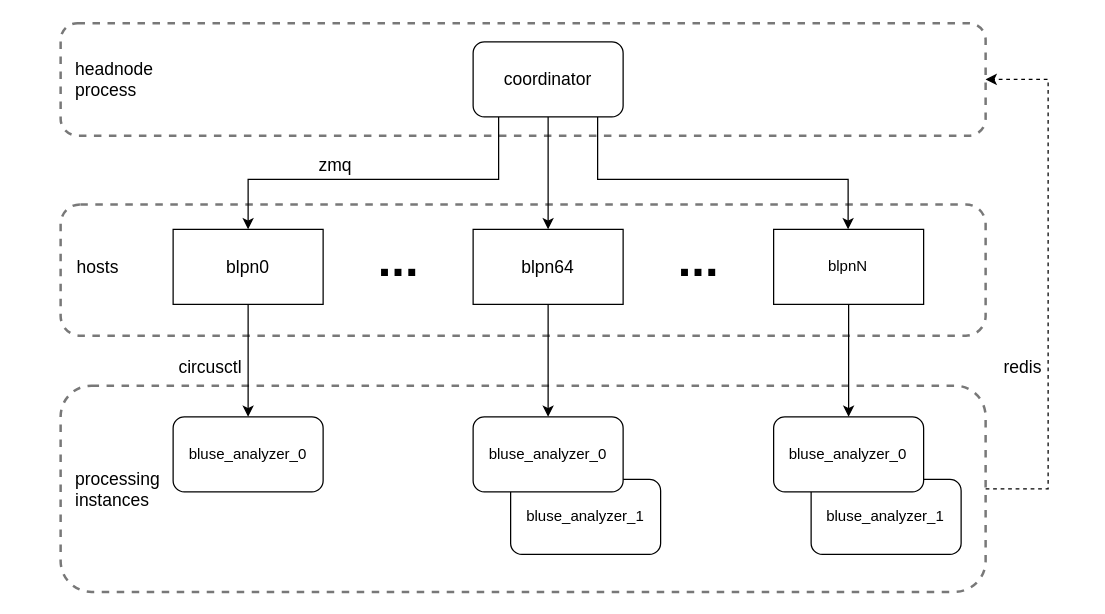
The draw.io diagram docs/coordinator.drawio in UCBerkeleySETI/commensal-automator, before the edit. Source tidied: cells renumbered, new cells numbered last; positions are measured from the earlier drawing's top-left corner, leaving out a move shared by most shapes. Both pictures are drawn from the tidied source at 125%, with x=0, y=0 at pixel (60, 22).
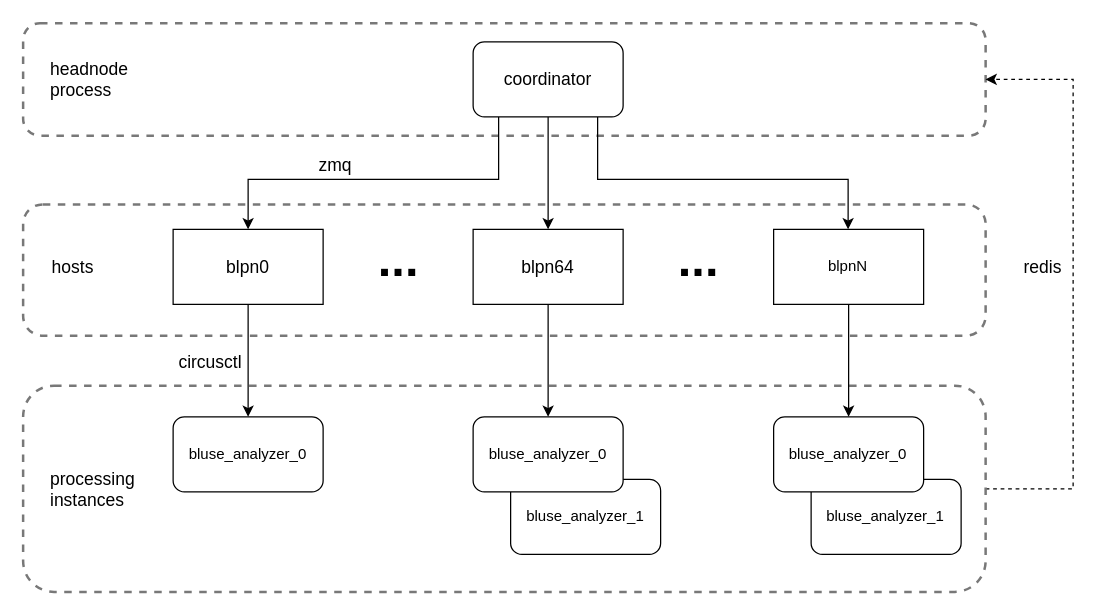
The same diagram, later.

Change to the diagram source:
```diff
@@
-<mxGraphModel background="#FFFFFF">
+<mxGraphModel>
@@
     <mxCell id="2" style="rounded=1;whiteSpace=wrap;html=1;fillColor=none;strokeWidth=2;strokeColor=#787878;dashed=1;" parent="1" vertex="1">
-      <mxGeometry width="740" height="90" as="geometry" />
+      <mxGeometry x="-30" width="770" height="90" as="geometry" />
     </mxCell>
     <mxCell id="3" style="edgeStyle=orthogonalEdgeStyle;rounded=0;jettySize=auto;html=1;exitX=1;exitY=0.5;exitDx=0;exitDy=0;entryX=1;entryY=0.5;entryDx=0;entryDy=0;dashed=1;" parent="1" edge="1" source="4" target="2">
       <mxGeometry relative="1" as="geometry">
         <Array as="points">
-          <mxPoint x="790" y="373" />
-          <mxPoint x="790" y="45" />
+          <mxPoint x="810" y="373" />
+          <mxPoint x="810" y="45" />
         </Array>
       </mxGeometry>
     </mxCell>
     <mxCell id="4" style="rounded=1;whiteSpace=wrap;html=1;fillColor=none;strokeWidth=2;strokeColor=#787878;dashed=1;" parent="1" vertex="1">
-      <mxGeometry y="290" width="740" height="165" as="geometry" />
+      <mxGeometry x="-30" y="290" width="770" height="165" as="geometry" />
     </mxCell>
     <mxCell id="5" style="rounded=1;whiteSpace=wrap;html=1;fillColor=none;strokeWidth=2;strokeColor=#787878;dashed=1;" parent="1" vertex="1">
-      <mxGeometry y="145" width="740" height="105" as="geometry" />
+      <mxGeometry x="-30" y="145" width="770" height="105" as="geometry" />
     </mxCell>
@@
     <mxCell id="18" value="&lt;font style=&quot;font-size: 14px;&quot;&gt;circusctl&lt;/font&gt;" style="text;html=1;strokeColor=none;fillColor=none;align=center;verticalAlign=middle;whiteSpace=wrap;rounded=0;" parent="1" vertex="1">
-      <mxGeometry x="90" y="260" width="60" height="30" as="geometry" />
+      <mxGeometry x="90" y="256" width="60" height="30" as="geometry" />
     </mxCell>
@@
     <mxCell id="23" value="&lt;font style=&quot;font-size: 14px;&quot;&gt;hosts&lt;/font&gt;" style="text;html=1;strokeColor=none;fillColor=none;align=center;verticalAlign=middle;whiteSpace=wrap;rounded=0;" parent="1" vertex="1">
-      <mxGeometry y="180" width="60" height="30" as="geometry" />
+      <mxGeometry x="-20" y="180" width="60" height="30" as="geometry" />
     </mxCell>
     <mxCell id="24" value="&lt;div style=&quot;font-size: 14px;&quot; align=&quot;left&quot;&gt;&lt;font style=&quot;font-size: 14px;&quot;&gt;processing &lt;br&gt;&lt;/font&gt;&lt;/div&gt;&lt;div style=&quot;font-size: 14px;&quot; align=&quot;left&quot;&gt;&lt;font style=&quot;font-size: 14px;&quot;&gt;instances&lt;br&gt;&lt;/font&gt;&lt;/div&gt;" style="text;html=1;strokeColor=none;fillColor=none;align=left;verticalAlign=middle;whiteSpace=wrap;rounded=0;" parent="1" vertex="1">
-      <mxGeometry x="10" y="357.5" width="60" height="30" as="geometry" />
+      <mxGeometry x="-10" y="357.5" width="60" height="30" as="geometry" />
     </mxCell>
     <mxCell id="25" value="&lt;div style=&quot;font-size: 14px;&quot; align=&quot;left&quot;&gt;&lt;font style=&quot;font-size: 14px;&quot;&gt;headnode process&lt;/font&gt;&lt;br&gt;&lt;/div&gt;" style="text;html=1;strokeColor=none;fillColor=none;align=left;verticalAlign=middle;whiteSpace=wrap;rounded=0;" parent="1" vertex="1">
-      <mxGeometry x="10" y="30" width="60" height="30" as="geometry" />
+      <mxGeometry x="-10" y="30" width="60" height="30" as="geometry" />
     </mxCell>
@@
     <mxCell id="28" value="&lt;font style=&quot;font-size: 14px;&quot;&gt;redis&lt;/font&gt;" style="text;html=1;strokeColor=none;fillColor=none;align=center;verticalAlign=middle;whiteSpace=wrap;rounded=0;" parent="1" vertex="1">
-      <mxGeometry x="740" y="260" width="60" height="30" as="geometry" />
+      <mxGeometry x="756" y="180" width="60" height="30" as="geometry" />
     </mxCell>
```
